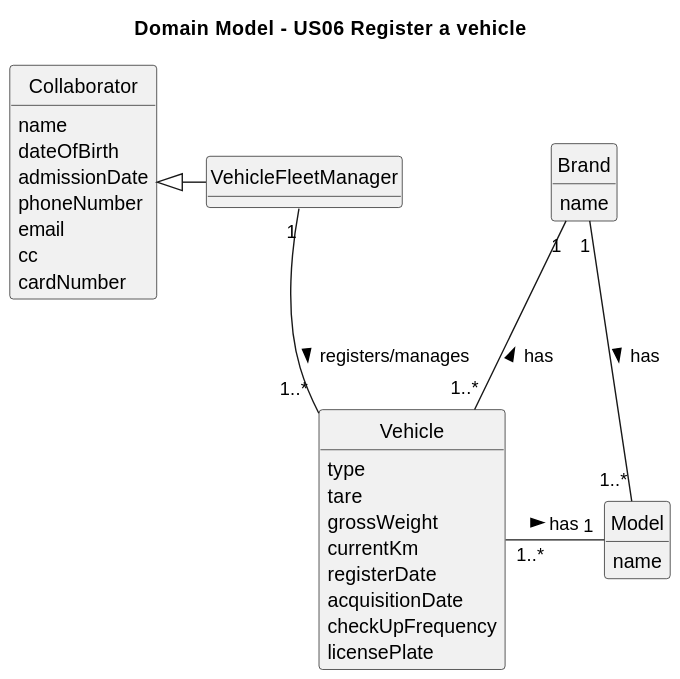
The PlantUML diagram docs/sprint2/us06/02.analysis/svg/us06-domain-model.svg in Departamento-de-Engenharia-Informatica/lei-24-s2-1db-g022, before a commit. Its diagram source:
```plantuml
@startuml
skinparam monochrome true
skinparam packageStyle rectangle
skinparam shadowing false
skinparam classAttributeIconSize 0
hide circle
hide methods

title Domain Model - US06 Register a vehicle

class Collaborator {
    name
    dateOfBirth
    admissionDate
    phoneNumber
    email
    cc
    cardNumber
}

class VehicleFleetManager {
}

class Brand {
     name
}

class Model {
     name
}

class Vehicle {
    type
    tare
    grossWeight
    currentKm
    registerDate
    acquisitionDate
    checkupFrequency
    licensePlate
}

Collaborator <|- VehicleFleetManager
VehicleFleetManager "1" -- "1..*" Vehicle : registers/manages >
Brand "1" --  "1..*" Model : has >
Brand "1" -- "1..*" Vehicle : has <
Vehicle "1..*" - "1" Model : has >
@enduml
```
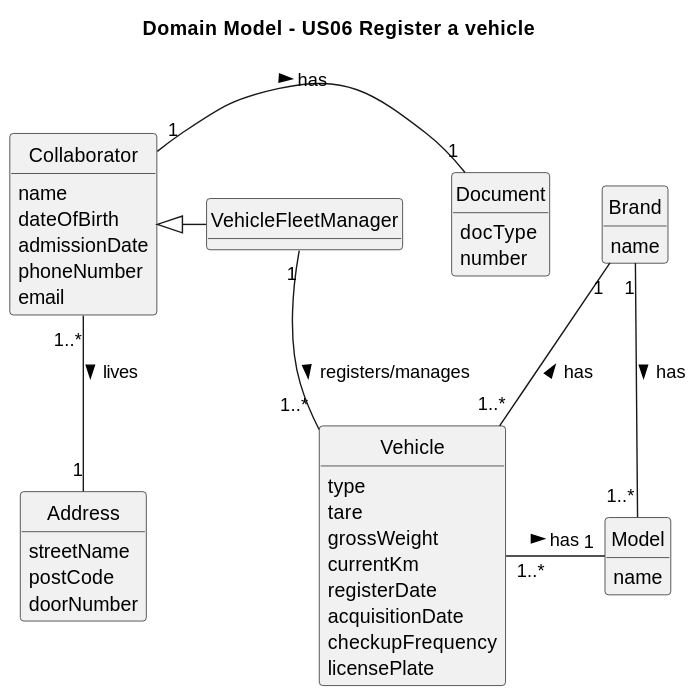
The same file after the commit.

Diff of the diagram source:
```diff
@@ -14,8 +14,17 @@
     admissionDate
     phoneNumber
     email
-    cc
-    cardNumber
+}
+
+class Document{
+    docType
+    number
+}
+
+class Address {
+    streetName
+    postCode
+    doorNumber
 }
 
 class VehicleFleetManager {
@@ -40,7 +49,12 @@
     licensePlate
 }
 
+Collaborator "1" - "1" Document : has >
+
+Collaborator "1..*" -- "1" Address : lives >
+
 Collaborator <|- VehicleFleetManager
+
 VehicleFleetManager "1" -- "1..*" Vehicle : registers/manages >
 Brand "1" --  "1..*" Model : has >
 Brand "1" -- "1..*" Vehicle : has <
```
